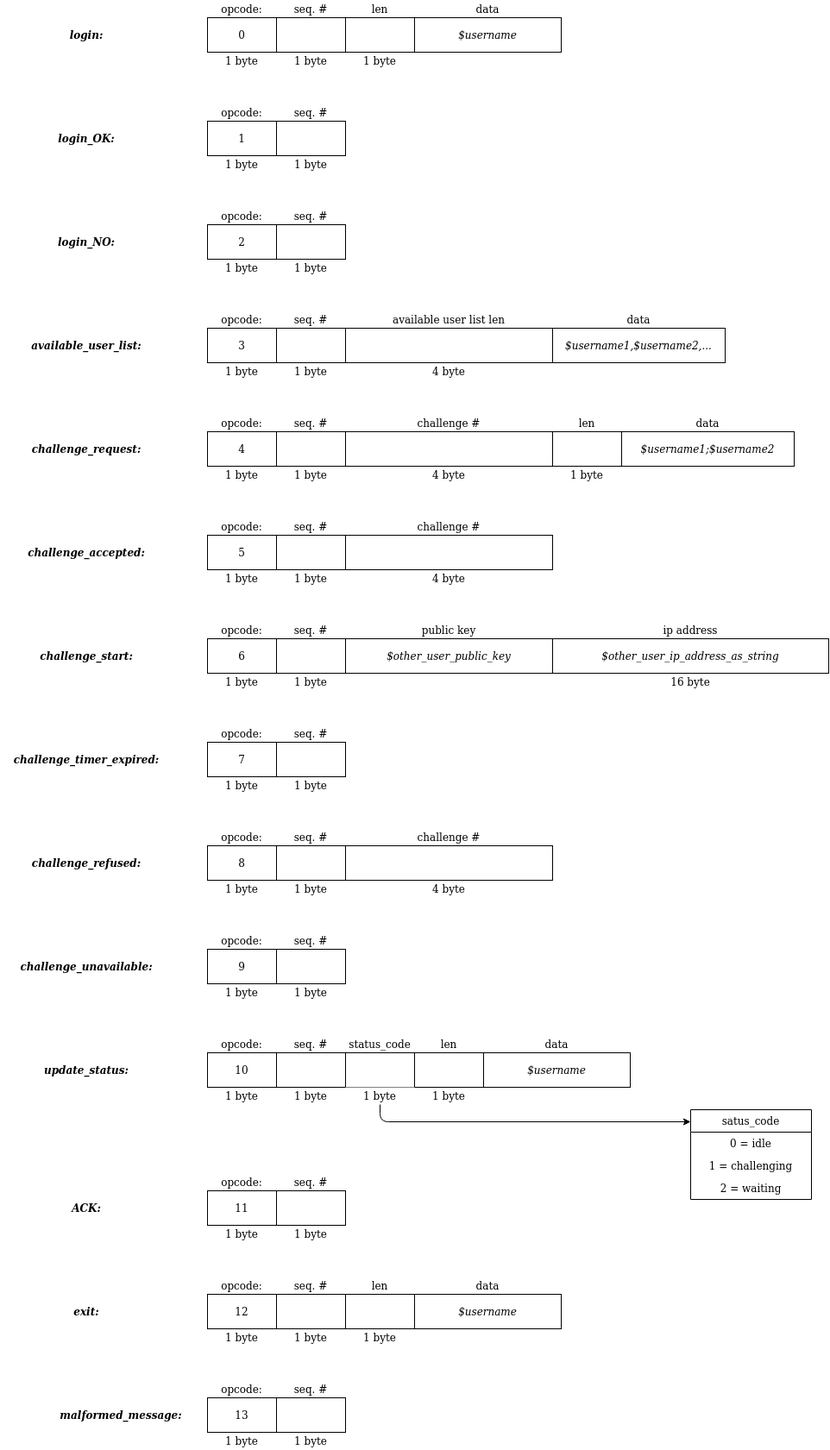
The draw.io diagram docs/client_server_message_format.png in rafnocerino/Secure_4_inArow, before a commit. Source tidied: cells renumbered, new cells last; positions are measured from the earlier drawing's top-left corner, leaving out a move shared by most shapes.
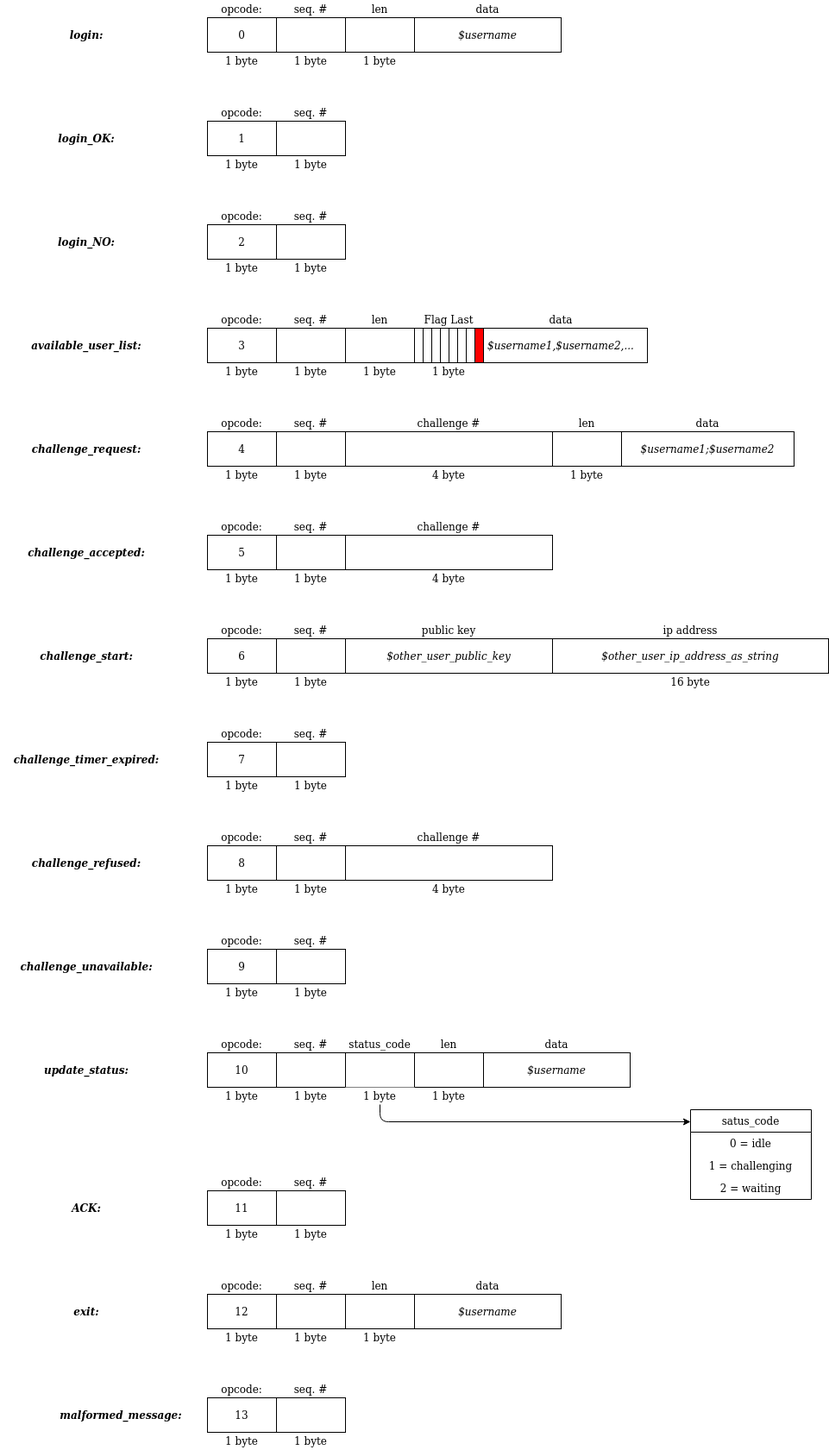
Later version of the same file.

Commit message:
Fixed available_user_list_message format

Change to the diagram source:
```diff
@@ -101,20 +101,11 @@
     <mxCell id="34" value="1 byte" style="text;html=1;strokeColor=none;fillColor=none;align=center;verticalAlign=middle;whiteSpace=wrap;rounded=0;" parent="1" vertex="1">
       <mxGeometry x="320" y="420" width="80" height="20" as="geometry" />
     </mxCell>
-    <mxCell id="35" style="rounded=0;whiteSpace=wrap;html=1;" parent="1" vertex="1">
-      <mxGeometry x="400" y="380" width="240" height="40" as="geometry" />
-    </mxCell>
-    <mxCell id="36" value="available user list len" style="text;html=1;strokeColor=none;fillColor=none;align=center;verticalAlign=middle;whiteSpace=wrap;rounded=0;" parent="1" vertex="1">
-      <mxGeometry x="400" y="360" width="240" height="20" as="geometry" />
-    </mxCell>
-    <mxCell id="37" value="4 byte" style="text;html=1;strokeColor=none;fillColor=none;align=center;verticalAlign=middle;whiteSpace=wrap;rounded=0;" parent="1" vertex="1">
-      <mxGeometry x="400" y="420" width="240" height="20" as="geometry" />
-    </mxCell>
     <mxCell id="38" value="&lt;i&gt;$username1,$username2,...&lt;/i&gt;" style="rounded=0;whiteSpace=wrap;html=1;" parent="1" vertex="1">
-      <mxGeometry x="640" y="380" width="200" height="40" as="geometry" />
+      <mxGeometry x="550" y="380" width="200" height="40" as="geometry" />
     </mxCell>
     <mxCell id="39" value="data" style="text;html=1;strokeColor=none;fillColor=none;align=center;verticalAlign=middle;whiteSpace=wrap;rounded=0;" parent="1" vertex="1">
-      <mxGeometry x="640" y="360" width="200" height="20" as="geometry" />
+      <mxGeometry x="550" y="360" width="200" height="20" as="geometry" />
     </mxCell>
     <mxCell id="40" value="&lt;i&gt;&lt;b&gt;challenge_request:&lt;/b&gt;&lt;/i&gt;" style="text;html=1;strokeColor=none;fillColor=none;align=center;verticalAlign=middle;whiteSpace=wrap;rounded=0;" parent="1" vertex="1">
       <mxGeometry y="510" width="200" height="20" as="geometry" />
@@ -442,5 +433,44 @@
     <mxCell id="146" value="1 byte" style="text;html=1;strokeColor=none;fillColor=none;align=center;verticalAlign=middle;whiteSpace=wrap;rounded=0;" parent="1" vertex="1">
       <mxGeometry x="320" y="1660" width="80" height="20" as="geometry" />
     </mxCell>
+    <mxCell id="147" value="len" style="text;html=1;strokeColor=none;fillColor=none;align=center;verticalAlign=middle;whiteSpace=wrap;rounded=0;" parent="1" vertex="1">
+      <mxGeometry x="400" y="360" width="80" height="20" as="geometry" />
+    </mxCell>
+    <mxCell id="148" style="rounded=0;whiteSpace=wrap;html=1;" parent="1" vertex="1">
+      <mxGeometry x="400" y="380" width="80" height="40" as="geometry" />
+    </mxCell>
+    <mxCell id="149" value="1 byte" style="text;html=1;strokeColor=none;fillColor=none;align=center;verticalAlign=middle;whiteSpace=wrap;rounded=0;" parent="1" vertex="1">
+      <mxGeometry x="400" y="420" width="80" height="20" as="geometry" />
+    </mxCell>
+    <mxCell id="150" style="rounded=0;whiteSpace=wrap;html=1;" parent="1" vertex="1">
+      <mxGeometry x="480" y="380" width="10" height="40" as="geometry" />
+    </mxCell>
+    <mxCell id="151" value="1 byte" style="text;html=1;strokeColor=none;fillColor=none;align=center;verticalAlign=middle;whiteSpace=wrap;rounded=0;" parent="1" vertex="1">
+      <mxGeometry x="480" y="420" width="80" height="20" as="geometry" />
+    </mxCell>
+    <mxCell id="152" style="rounded=0;whiteSpace=wrap;html=1;" parent="1" vertex="1">
+      <mxGeometry x="490" y="380" width="10" height="40" as="geometry" />
+    </mxCell>
+    <mxCell id="153" style="rounded=0;whiteSpace=wrap;html=1;" parent="1" vertex="1">
+      <mxGeometry x="500" y="380" width="10" height="40" as="geometry" />
+    </mxCell>
+    <mxCell id="154" style="rounded=0;whiteSpace=wrap;html=1;" parent="1" vertex="1">
+      <mxGeometry x="510" y="380" width="10" height="40" as="geometry" />
+    </mxCell>
+    <mxCell id="155" style="rounded=0;whiteSpace=wrap;html=1;" parent="1" vertex="1">
+      <mxGeometry x="520" y="380" width="10" height="40" as="geometry" />
+    </mxCell>
+    <mxCell id="156" style="rounded=0;whiteSpace=wrap;html=1;" parent="1" vertex="1">
+      <mxGeometry x="530" y="380" width="10" height="40" as="geometry" />
+    </mxCell>
+    <mxCell id="157" style="rounded=0;whiteSpace=wrap;html=1;" parent="1" vertex="1">
+      <mxGeometry x="540" y="380" width="10" height="40" as="geometry" />
+    </mxCell>
+    <mxCell id="158" style="rounded=0;whiteSpace=wrap;html=1;fillColor=#FF0000;strokeColor=#000000;" parent="1" vertex="1">
+      <mxGeometry x="550" y="380" width="10" height="40" as="geometry" />
+    </mxCell>
+    <mxCell id="159" value="Flag Last" style="text;html=1;strokeColor=none;fillColor=none;align=center;verticalAlign=middle;whiteSpace=wrap;rounded=0;" parent="1" vertex="1">
+      <mxGeometry x="480" y="360" width="80" height="20" as="geometry" />
+    </mxCell>
   </root>
 </mxGraphModel>
```
